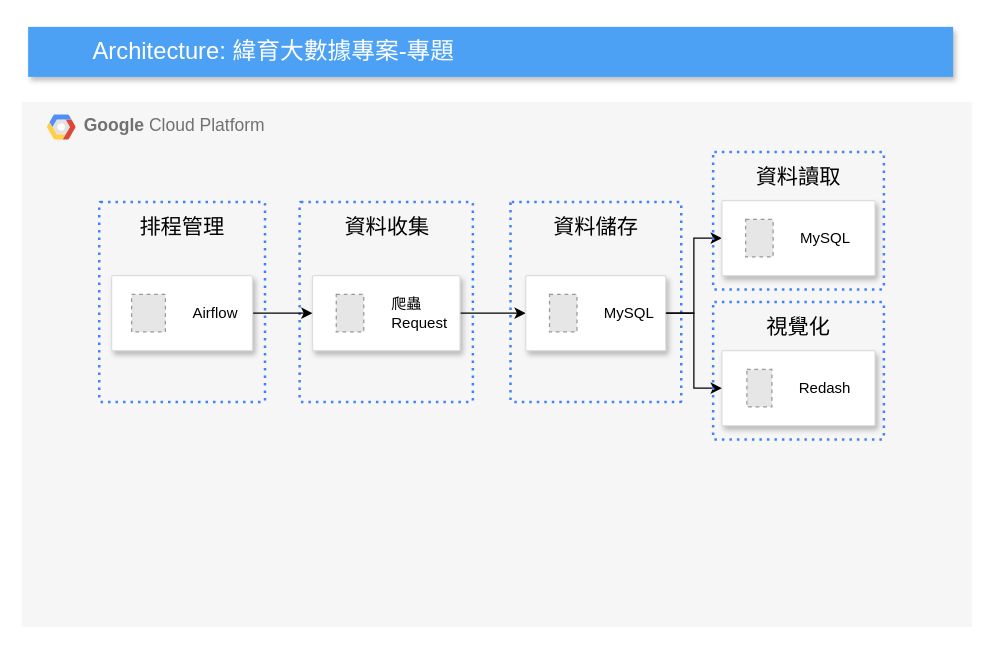
Earlier version of the draw.io diagram V1.drawio (Tiffany0u0/V1). Source tidied: cells renumbered, new cells numbered last; positions are measured from the earlier drawing's top-left corner, leaving out a move shared by most shapes. Both pictures are drawn from the tidied source at 125%, with x=0, y=0 at pixel (21, 26). Pictures stored in the file or linked from it are replaced by grey dashed boxes.
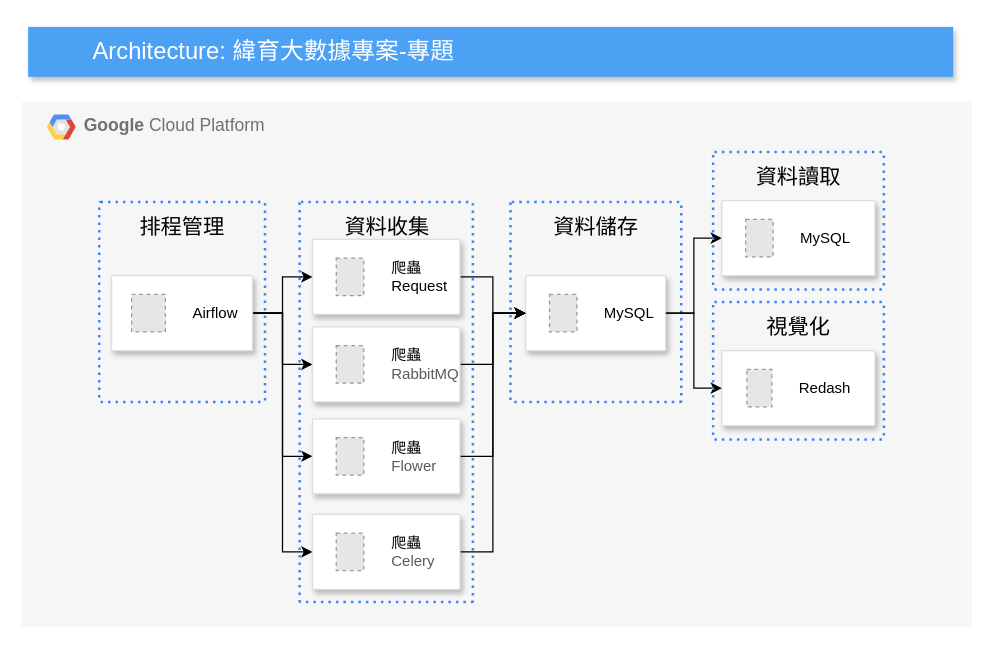
Above is the later version.

The change refers to these unchanged cells:
```xml
<mxCell id="2" value="&lt;b&gt;Google &lt;/b&gt;Cloud Platform" style="fillColor=#F6F6F6;strokeColor=none;shadow=0;gradientColor=none;fontSize=14;align=left;spacing=10;fontColor=#717171;9E9E9E;verticalAlign=top;spacingTop=-4;fontStyle=0;spacingLeft=40;html=1;" parent="1" vertex="1">
  <mxGeometry y="60" width="760" height="420" as="geometry" />
</mxCell>
<mxCell id="12" style="strokeColor=#dddddd;shadow=1;strokeWidth=1;rounded=1;absoluteArcSize=1;arcSize=2;" parent="2" vertex="1">
  <mxGeometry x="71.8" y="139" width="112.7" height="60" as="geometry" />
</mxCell>
<mxCell id="16" style="strokeColor=#dddddd;shadow=1;strokeWidth=1;rounded=1;absoluteArcSize=1;arcSize=2;" parent="2" vertex="1">
  <mxGeometry x="403.1" y="139" width="112" height="60" as="geometry" />
</mxCell>
```

Diff of the diagram source:
```diff
@@
     <mxCell id="6" value="&lt;font style=&quot;color: rgb(0, 0, 0); font-size: 17px;&quot;&gt;資料收集&lt;/font&gt;" style="rounded=1;absoluteArcSize=1;arcSize=2;html=1;strokeColor=#4284F3;gradientColor=none;shadow=0;dashed=1;fontSize=12;fontColor=#9E9E9E;align=center;verticalAlign=top;spacing=10;spacingTop=-4;fillColor=none;dashPattern=1 2;strokeWidth=2;" parent="2" vertex="1">
-      <mxGeometry x="222.2" y="80" width="138.6" height="160" as="geometry" />
+      <mxGeometry x="222.2" y="80" width="138.6" height="320" as="geometry" />
     </mxCell>
@@
     <mxCell id="8" style="strokeColor=#dddddd;shadow=1;strokeWidth=1;rounded=1;absoluteArcSize=1;arcSize=2;" parent="2" vertex="1">
-      <mxGeometry x="232.5" y="139" width="118" height="60" as="geometry" />
+      <mxGeometry x="232.5" y="110" width="118" height="60" as="geometry" />
     </mxCell>
@@
+    <mxCell id="24" style="edgeStyle=orthogonalEdgeStyle;rounded=0;jettySize=auto;html=1;exitX=1;exitY=0.5;exitDx=0;exitDy=0;entryX=0;entryY=0.5;entryDx=0;entryDy=0;" parent="2" edge="1" source="12" target="28">
+      <mxGeometry relative="1" as="geometry" />
+    </mxCell>
+    <mxCell id="25" style="edgeStyle=orthogonalEdgeStyle;rounded=0;jettySize=auto;html=1;exitX=1;exitY=0.5;exitDx=0;exitDy=0;entryX=0;entryY=0.5;entryDx=0;entryDy=0;" parent="2" edge="1" source="12" target="31">
+      <mxGeometry relative="1" as="geometry" />
+    </mxCell>
+    <mxCell id="26" style="edgeStyle=orthogonalEdgeStyle;rounded=0;jettySize=auto;html=1;exitX=1;exitY=0.5;exitDx=0;exitDy=0;entryX=0;entryY=0.5;entryDx=0;entryDy=0;" parent="2" edge="1" source="12" target="34">
+      <mxGeometry relative="1" as="geometry" />
+    </mxCell>
@@
+    <mxCell id="27" style="edgeStyle=orthogonalEdgeStyle;rounded=0;jettySize=auto;html=1;" parent="2" edge="1" source="28" target="16">
+      <mxGeometry relative="1" as="geometry" />
+    </mxCell>
+    <mxCell id="28" style="strokeColor=#dddddd;shadow=1;strokeWidth=1;rounded=1;absoluteArcSize=1;arcSize=2;" parent="2" vertex="1">
+      <mxGeometry x="232.5" y="180" width="118" height="60" as="geometry" />
+    </mxCell>
+    <mxCell id="29" value="&lt;font color=&quot;#000000&quot;&gt;爬蟲&lt;br&gt;&lt;span id=&quot;docs-internal-guid-0622f7ff-7fff-253a-59c9-429ff267e499&quot;&gt;&lt;span style=&quot;font-family: &amp;quot;Microsoft JhengHei&amp;quot;; color: rgb(89, 89, 89); background-color: transparent; font-variant-numeric: normal; font-variant-east-asian: normal; font-variant-alternates: normal; font-variant-position: normal; font-variant-emoji: normal; vertical-align: baseline; white-space: pre-wrap;&quot;&gt;&lt;font style=&quot;font-size: 12px;&quot;&gt;RabbitMQ&lt;/font&gt;&lt;/span&gt;&lt;/span&gt;&lt;/font&gt;" style="fillColor=#E6E6E6;strokeColor=#999999;dashed=1;html=1;fontColor=#999999;verticalLabelPosition=middle;verticalAlign=middle;labelPosition=right;align=left;spacingLeft=20;" parent="28" vertex="1">
+      <mxGeometry width="22" height="30" relative="1" as="geometry">
+        <mxPoint x="19" y="15" as="offset" />
+      </mxGeometry>
+    </mxCell>
+    <mxCell id="30" style="edgeStyle=orthogonalEdgeStyle;rounded=0;jettySize=auto;html=1;exitX=1;exitY=0.5;exitDx=0;exitDy=0;entryX=0;entryY=0.5;entryDx=0;entryDy=0;" parent="2" edge="1" source="31" target="16">
+      <mxGeometry relative="1" as="geometry" />
+    </mxCell>
+    <mxCell id="31" style="strokeColor=#dddddd;shadow=1;strokeWidth=1;rounded=1;absoluteArcSize=1;arcSize=2;" parent="2" vertex="1">
+      <mxGeometry x="232.5" y="253.5" width="118" height="60" as="geometry" />
+    </mxCell>
+    <mxCell id="32" value="&lt;font style=&quot;font-size: 12px;&quot; color=&quot;#000000&quot;&gt;爬蟲&lt;br&gt;&lt;span id=&quot;docs-internal-guid-65041c51-7fff-87d1-6fc2-08531c29bc87&quot;&gt;&lt;span style=&quot;font-family: &amp;quot;Microsoft JhengHei&amp;quot;; color: rgb(89, 89, 89); background-color: transparent; font-variant-numeric: normal; font-variant-east-asian: normal; font-variant-alternates: normal; font-variant-position: normal; font-variant-emoji: normal; vertical-align: baseline; white-space: pre-wrap;&quot;&gt;Flower&lt;/span&gt;&lt;/span&gt;&lt;/font&gt;" style="fillColor=#E6E6E6;strokeColor=#999999;dashed=1;html=1;fontColor=#999999;verticalLabelPosition=middle;verticalAlign=middle;labelPosition=right;align=left;spacingLeft=20;" parent="31" vertex="1">
+      <mxGeometry width="22" height="30" relative="1" as="geometry">
+        <mxPoint x="19" y="15" as="offset" />
+      </mxGeometry>
+    </mxCell>
+    <mxCell id="33" style="edgeStyle=orthogonalEdgeStyle;rounded=0;jettySize=auto;html=1;exitX=1;exitY=0.5;exitDx=0;exitDy=0;entryX=0;entryY=0.5;entryDx=0;entryDy=0;" parent="2" edge="1" source="34" target="16">
+      <mxGeometry relative="1" as="geometry" />
+    </mxCell>
+    <mxCell id="34" style="strokeColor=#dddddd;shadow=1;strokeWidth=1;rounded=1;absoluteArcSize=1;arcSize=2;" parent="2" vertex="1">
+      <mxGeometry x="232.5" y="330" width="118" height="60" as="geometry" />
+    </mxCell>
+    <mxCell id="35" value="&lt;font color=&quot;#000000&quot;&gt;爬蟲&lt;br&gt;&lt;span id=&quot;docs-internal-guid-a15369c8-7fff-db8f-5e48-5dd2cf121492&quot;&gt;&lt;span style=&quot;font-family: &amp;quot;Microsoft JhengHei&amp;quot;; color: rgb(89, 89, 89); background-color: transparent; font-variant-numeric: normal; font-variant-east-asian: normal; font-variant-alternates: normal; font-variant-position: normal; font-variant-emoji: normal; vertical-align: baseline; white-space: pre-wrap;&quot;&gt;&lt;font style=&quot;font-size: 12px;&quot;&gt;Celery&lt;/font&gt;&lt;/span&gt;&lt;/span&gt;&lt;/font&gt;" style="fillColor=#E6E6E6;strokeColor=#999999;dashed=1;html=1;fontColor=#999999;verticalLabelPosition=middle;verticalAlign=middle;labelPosition=right;align=left;spacingLeft=20;" parent="34" vertex="1">
+      <mxGeometry width="22" height="30" relative="1" as="geometry">
+        <mxPoint x="19" y="15" as="offset" />
+      </mxGeometry>
+    </mxCell>
```
